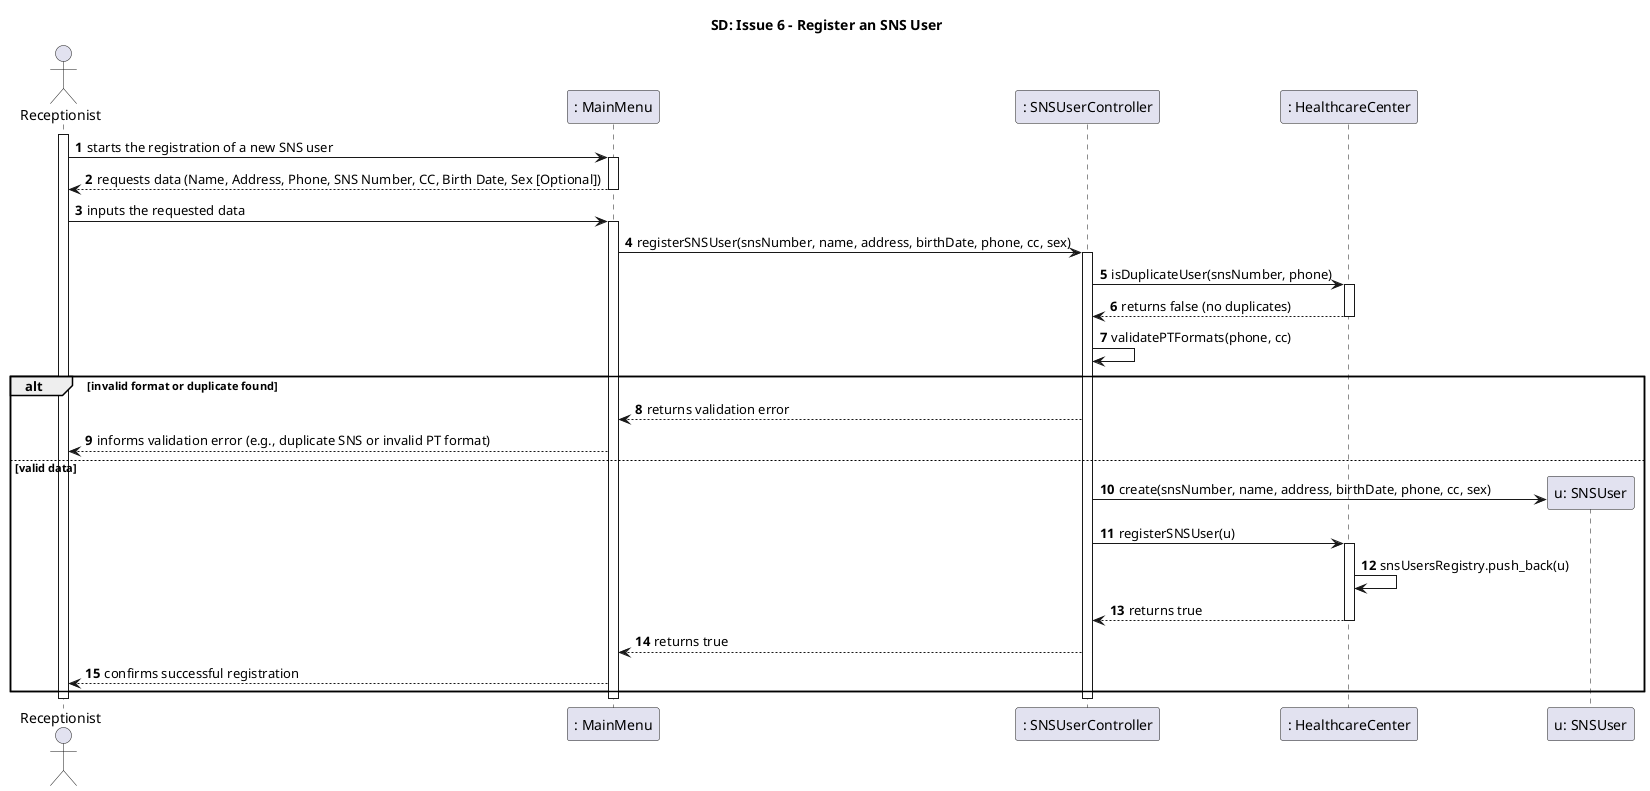
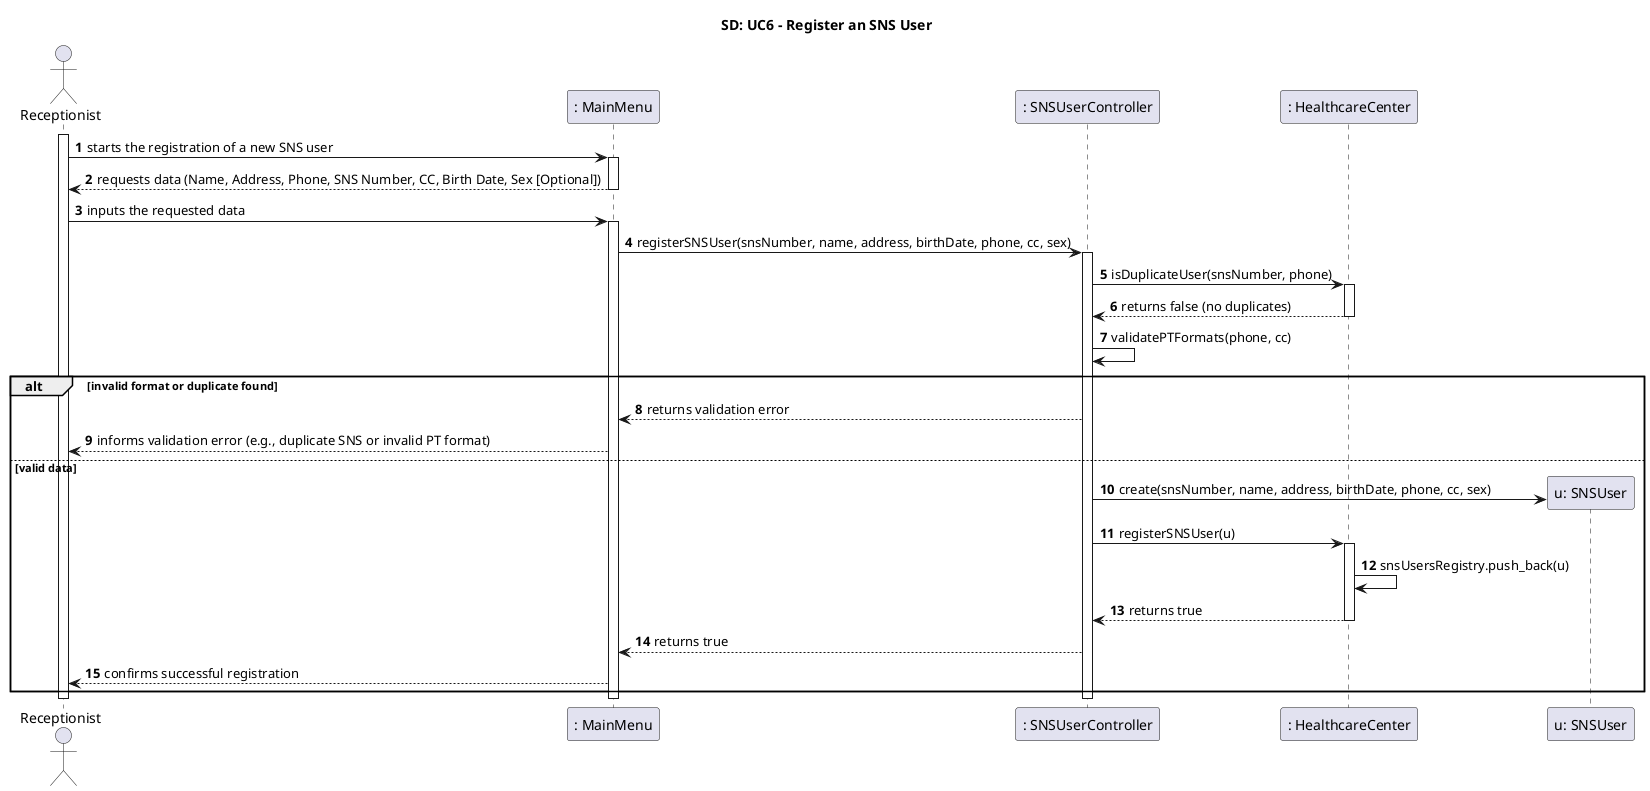
@startuml SD_RegisterSNSUser
- title SD: Issue 6 - Register an SNS User
+ title SD: UC6 - Register an SNS User

actor "Receptionist" as Rec
participant ": MainMenu" as UI
participant ": SNSUserController" as CTRL
participant ": HealthcareCenter" as HC
participant "u: SNSUser" as User

autonumber

activate Rec
Rec -> UI: starts the registration of a new SNS user
activate UI

UI --> Rec: requests data (Name, Address, Phone, SNS Number, CC, Birth Date, Sex [Optional])
deactivate UI

Rec -> UI: inputs the requested data
activate UI

UI -> CTRL: registerSNSUser(snsNumber, name, address, birthDate, phone, cc, sex)
activate CTRL

CTRL -> HC: isDuplicateUser(snsNumber, phone)
activate HC
HC --> CTRL: returns false (no duplicates)
deactivate HC

CTRL -> CTRL: validatePTFormats(phone, cc)

alt invalid format or duplicate found
    CTRL --> UI: returns validation error
    UI --> Rec: informs validation error (e.g., duplicate SNS or invalid PT format)
else valid data

    CTRL -> User ** : create(snsNumber, name, address, birthDate, phone, cc, sex)
    CTRL -> HC: registerSNSUser(u)
    activate HC
    HC -> HC: snsUsersRegistry.push_back(u)
    HC --> CTRL: returns true
    deactivate HC

    CTRL --> UI: returns true

    UI --> Rec: confirms successful registration
end

deactivate CTRL
deactivate UI
deactivate Rec
@enduml